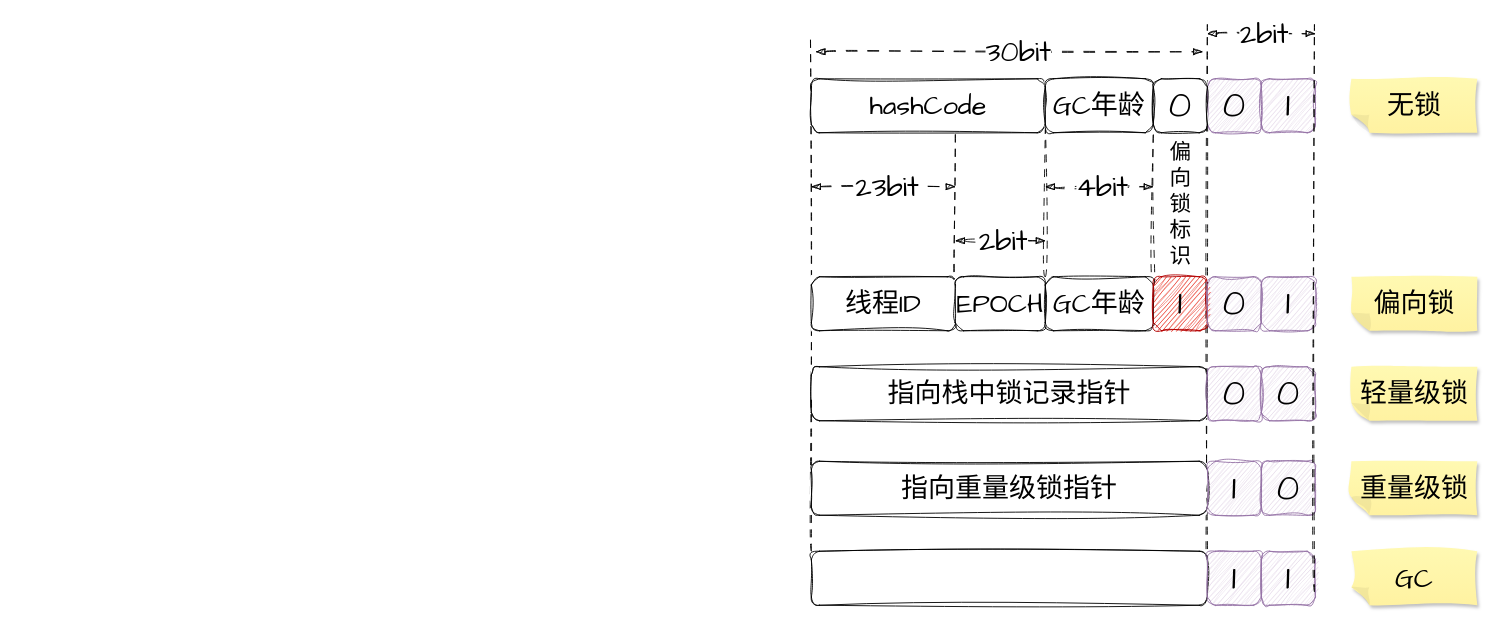
Earlier version of the draw.io diagram page "synchronized" (1 of 2) of JAVA/250508_java_lock.drawio (Utihbi/pics). Source tidied: cells renumbered, new cells numbered last; positions are measured from the earlier drawing's top-left corner, leaving out a move shared by most shapes. Both pictures are drawn from the tidied source at 90%, with x=0, y=0 at pixel (810, 24).
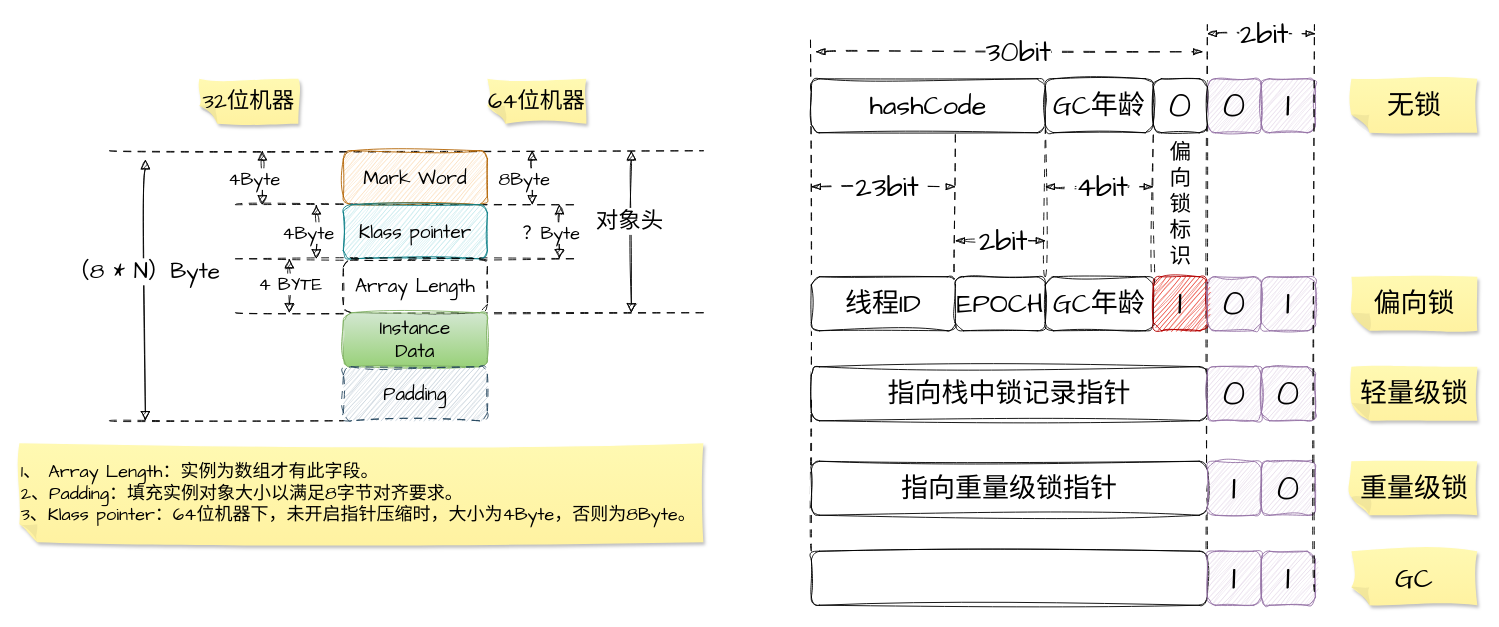
The same diagram, later.

Change to the diagram source:
```diff
@@
+    <mxCell id="45" style="group;" parent="1" vertex="1">
+      <mxGeometry x="-879" y="60" width="760" height="515" as="geometry" />
+    </mxCell>
+    <mxCell id="46" value="32位机器" style="shape=note;whiteSpace=wrap;html=1;backgroundOutline=1;fontColor=#000000;darkOpacity=0.05;fillColor=#FFF9B2;strokeColor=none;fillStyle=solid;direction=west;gradientDirection=north;gradientColor=#FFF2A1;shadow=1;size=20;sketch=1;hachureGap=4;jiggle=2;curveFitting=1;fontFamily=Architects Daughter;fontSize=25;" parent="45" vertex="1">
+      <mxGeometry x="200" width="110" height="50" as="geometry" />
+    </mxCell>
+    <mxCell id="47" value="64位机器" style="shape=note;whiteSpace=wrap;html=1;backgroundOutline=1;fontColor=#000000;darkOpacity=0.05;fillColor=#FFF9B2;strokeColor=none;fillStyle=solid;direction=west;gradientDirection=north;gradientColor=#FFF2A1;shadow=1;size=20;sketch=1;hachureGap=4;jiggle=2;curveFitting=1;fontFamily=Architects Daughter;fontSize=25;" parent="45" vertex="1">
+      <mxGeometry x="520" width="110" height="50" as="geometry" />
+    </mxCell>
+    <mxCell id="48" value="1、 Array Length：实例为数组才有此&lt;span style=&quot;background-color: transparent; color: light-dark(rgb(0, 0, 0), rgb(237, 237, 237));&quot;&gt;字段。&lt;/span&gt;&lt;div&gt;&lt;span style=&quot;background-color: transparent; color: light-dark(rgb(0, 0, 0), rgb(237, 237, 237));&quot;&gt;2、Padding：填充实例对象大小以满足8字节对齐要求。&lt;/span&gt;&lt;/div&gt;&lt;div&gt;&lt;span style=&quot;background-color: transparent; color: light-dark(rgb(0, 0, 0), rgb(237, 237, 237));&quot;&gt;3、Klass pointer：64位机器下，未开启指针压缩时，大小为4Byte，否则为8Byte。&amp;nbsp;&lt;/span&gt;&lt;/div&gt;" style="shape=note;whiteSpace=wrap;html=1;backgroundOutline=1;fontColor=#000000;darkOpacity=0.05;fillColor=#FFF9B2;strokeColor=none;fillStyle=solid;direction=west;gradientDirection=north;gradientColor=#FFF2A1;shadow=1;size=20;sketch=1;hachureGap=4;jiggle=2;curveFitting=1;fontFamily=Architects Daughter;align=left;fontSize=20;" parent="45" vertex="1">
+      <mxGeometry y="405" width="760" height="110" as="geometry" />
+    </mxCell>
+    <mxCell id="49" style="edgeStyle=none;orthogonalLoop=1;jettySize=auto;html=1;rounded=0;sketch=1;hachureGap=4;jiggle=2;curveFitting=1;fontFamily=Architects Daughter;fontSize=12;startSize=8;endSize=8;curved=1;endArrow=none;startFill=0;dashed=1;dashPattern=8 8;" parent="45" edge="1">
+      <mxGeometry relative="1" as="geometry">
+        <mxPoint x="100" y="80" as="sourcePoint" />
+        <mxPoint x="760" y="80" as="targetPoint" />
+      </mxGeometry>
+    </mxCell>
+    <mxCell id="50" style="edgeStyle=none;orthogonalLoop=1;jettySize=auto;html=1;rounded=0;sketch=1;hachureGap=4;jiggle=2;curveFitting=1;fontFamily=Architects Daughter;fontSize=12;startSize=8;endSize=8;curved=1;endArrow=none;startFill=0;dashed=1;dashPattern=8 8;" parent="45" edge="1">
+      <mxGeometry relative="1" as="geometry">
+        <mxPoint x="240" y="140" as="sourcePoint" />
+        <mxPoint x="620" y="140" as="targetPoint" />
+      </mxGeometry>
+    </mxCell>
+    <mxCell id="51" style="edgeStyle=none;orthogonalLoop=1;jettySize=auto;html=1;rounded=0;sketch=1;hachureGap=4;jiggle=2;curveFitting=1;fontFamily=Architects Daughter;fontSize=12;startSize=8;endSize=8;curved=1;endArrow=none;startFill=0;dashed=1;dashPattern=8 8;" parent="45" edge="1">
+      <mxGeometry relative="1" as="geometry">
+        <mxPoint x="240" y="200" as="sourcePoint" />
+        <mxPoint x="620" y="200" as="targetPoint" />
+      </mxGeometry>
+    </mxCell>
+    <mxCell id="52" style="edgeStyle=none;orthogonalLoop=1;jettySize=auto;html=1;rounded=0;sketch=1;hachureGap=4;jiggle=2;curveFitting=1;fontFamily=Architects Daughter;fontSize=12;startSize=8;endSize=8;curved=1;endArrow=none;startFill=0;dashed=1;dashPattern=8 8;" parent="45" edge="1">
+      <mxGeometry relative="1" as="geometry">
+        <mxPoint x="240" y="260" as="sourcePoint" />
+        <mxPoint x="760" y="260" as="targetPoint" />
+      </mxGeometry>
+    </mxCell>
+    <mxCell id="53" style="edgeStyle=none;orthogonalLoop=1;jettySize=auto;html=1;rounded=0;sketch=1;hachureGap=4;jiggle=2;curveFitting=1;fontFamily=Architects Daughter;fontSize=12;startSize=8;endSize=8;curved=1;endArrow=none;startFill=0;dashed=1;dashPattern=8 8;" parent="45" edge="1">
+      <mxGeometry relative="1" as="geometry">
+        <mxPoint x="100" y="380" as="sourcePoint" />
+        <mxPoint x="360" y="380" as="targetPoint" />
+      </mxGeometry>
+    </mxCell>
+    <mxCell id="54" style="edgeStyle=none;orthogonalLoop=1;jettySize=auto;html=1;rounded=0;sketch=1;hachureGap=4;jiggle=2;curveFitting=1;fontFamily=Architects Daughter;fontSize=12;startSize=8;endSize=8;curved=1;startArrow=block;startFill=1;endArrow=block;endFill=1;" parent="45" edge="1">
+      <mxGeometry relative="1" as="geometry">
+        <mxPoint x="140" y="90" as="sourcePoint" />
+        <mxPoint x="140" y="380" as="targetPoint" />
+      </mxGeometry>
+    </mxCell>
+    <mxCell id="55" value="&lt;font style=&quot;font-size: 25px;&quot;&gt;（8 * N）Byte&lt;/font&gt;" style="edgeLabel;html=1;align=center;verticalAlign=middle;fontSize=12;sketch=1;hachureGap=4;jiggle=2;curveFitting=1;fontFamily=Architects Daughter;" parent="54" vertex="1">
+      <mxGeometry x="-0.15" y="-3" relative="1" as="geometry" />
+    </mxCell>
+    <mxCell id="56" style="edgeStyle=none;orthogonalLoop=1;jettySize=auto;html=1;rounded=0;sketch=1;hachureGap=4;jiggle=2;curveFitting=1;fontFamily=Architects Daughter;fontSize=12;startSize=8;endSize=8;curved=1;startArrow=block;startFill=1;endArrow=block;endFill=1;" parent="45" edge="1">
+      <mxGeometry relative="1" as="geometry">
+        <mxPoint x="300" y="200" as="sourcePoint" />
+        <mxPoint x="300" y="260" as="targetPoint" />
+      </mxGeometry>
+    </mxCell>
+    <mxCell id="57" value="4 BYTE" style="edgeLabel;html=1;align=center;verticalAlign=middle;fontSize=20;sketch=1;hachureGap=4;jiggle=2;curveFitting=1;fontFamily=Architects Daughter;" parent="56" vertex="1">
+      <mxGeometry x="-0.1" relative="1" as="geometry" />
+    </mxCell>
+    <mxCell id="58" style="edgeStyle=none;orthogonalLoop=1;jettySize=auto;html=1;rounded=0;sketch=1;hachureGap=4;jiggle=2;curveFitting=1;fontFamily=Architects Daughter;fontSize=12;startSize=8;endSize=8;curved=1;startArrow=block;startFill=1;endArrow=block;endFill=1;" parent="45" edge="1">
+      <mxGeometry relative="1" as="geometry">
+        <mxPoint x="270" y="80" as="sourcePoint" />
+        <mxPoint x="270" y="140" as="targetPoint" />
+      </mxGeometry>
+    </mxCell>
+    <mxCell id="59" value="4Byte" style="edgeLabel;html=1;align=center;verticalAlign=middle;fontSize=20;sketch=1;hachureGap=4;jiggle=2;curveFitting=1;fontFamily=Architects Daughter;" parent="58" vertex="1">
+      <mxGeometry x="-0.13" y="2" relative="1" as="geometry">
+        <mxPoint x="-12" y="4" as="offset" />
+      </mxGeometry>
+    </mxCell>
+    <mxCell id="60" style="edgeStyle=none;orthogonalLoop=1;jettySize=auto;html=1;rounded=0;sketch=1;hachureGap=4;jiggle=2;curveFitting=1;fontFamily=Architects Daughter;fontSize=12;startSize=8;endSize=8;curved=1;startArrow=block;startFill=1;endArrow=block;endFill=1;" parent="45" edge="1">
+      <mxGeometry relative="1" as="geometry">
+        <mxPoint x="570" y="80" as="sourcePoint" />
+        <mxPoint x="570" y="140" as="targetPoint" />
+      </mxGeometry>
+    </mxCell>
+    <mxCell id="61" value="8Byte" style="edgeLabel;html=1;align=center;verticalAlign=middle;fontSize=20;sketch=1;hachureGap=4;jiggle=2;curveFitting=1;fontFamily=Architects Daughter;" parent="60" vertex="1">
+      <mxGeometry x="-0.13" y="2" relative="1" as="geometry">
+        <mxPoint x="-12" y="4" as="offset" />
+      </mxGeometry>
+    </mxCell>
+    <mxCell id="62" style="edgeStyle=none;orthogonalLoop=1;jettySize=auto;html=1;rounded=0;sketch=1;hachureGap=4;jiggle=2;curveFitting=1;fontFamily=Architects Daughter;fontSize=12;startSize=8;endSize=8;curved=1;startArrow=block;startFill=1;endArrow=block;endFill=1;" parent="45" edge="1">
+      <mxGeometry relative="1" as="geometry">
+        <mxPoint x="600" y="140" as="sourcePoint" />
+        <mxPoint x="600" y="200" as="targetPoint" />
+      </mxGeometry>
+    </mxCell>
+    <mxCell id="63" value="？Byte" style="edgeLabel;html=1;align=center;verticalAlign=middle;fontSize=20;sketch=1;hachureGap=4;jiggle=2;curveFitting=1;fontFamily=Architects Daughter;" parent="62" vertex="1">
+      <mxGeometry x="-0.13" y="2" relative="1" as="geometry">
+        <mxPoint x="-12" y="4" as="offset" />
+      </mxGeometry>
+    </mxCell>
+    <mxCell id="64" style="edgeStyle=none;orthogonalLoop=1;jettySize=auto;html=1;rounded=0;sketch=1;hachureGap=4;jiggle=2;curveFitting=1;fontFamily=Architects Daughter;fontSize=12;startSize=8;endSize=8;curved=1;startArrow=block;startFill=1;endArrow=block;endFill=1;" parent="45" edge="1">
+      <mxGeometry relative="1" as="geometry">
+        <mxPoint x="330" y="140" as="sourcePoint" />
+        <mxPoint x="330" y="200" as="targetPoint" />
+      </mxGeometry>
+    </mxCell>
+    <mxCell id="65" value="4Byte" style="edgeLabel;html=1;align=center;verticalAlign=middle;fontSize=20;sketch=1;hachureGap=4;jiggle=2;curveFitting=1;fontFamily=Architects Daughter;" parent="64" vertex="1">
+      <mxGeometry x="-0.13" y="2" relative="1" as="geometry">
+        <mxPoint x="-12" y="4" as="offset" />
+      </mxGeometry>
+    </mxCell>
+    <mxCell id="66" value="Mark Word" style="rounded=1;whiteSpace=wrap;html=1;sketch=1;hachureGap=4;jiggle=2;curveFitting=1;fontFamily=Architects Daughter;fontSize=21;fillColor=#fad7ac;strokeColor=#b46504;" parent="45" vertex="1">
+      <mxGeometry x="360" y="80" width="160" height="60" as="geometry" />
+    </mxCell>
+    <mxCell id="67" value="Klass pointer" style="rounded=1;whiteSpace=wrap;html=1;sketch=1;hachureGap=4;jiggle=2;curveFitting=1;fontFamily=Architects Daughter;fontSize=21;fillColor=#b0e3e6;strokeColor=#0e8088;" parent="45" vertex="1">
+      <mxGeometry x="360" y="140" width="160" height="60" as="geometry" />
+    </mxCell>
+    <mxCell id="68" value="Array Length" style="rounded=1;whiteSpace=wrap;html=1;sketch=1;hachureGap=4;jiggle=2;curveFitting=1;fontFamily=Architects Daughter;fontSize=21;dashed=1;dashPattern=8 8;fillColor=none;" parent="45" vertex="1">
+      <mxGeometry x="360" y="200" width="160" height="60" as="geometry" />
+    </mxCell>
+    <mxCell id="69" value="Instance&lt;div&gt;Data&lt;/div&gt;" style="rounded=1;whiteSpace=wrap;html=1;sketch=1;hachureGap=4;jiggle=2;curveFitting=1;fontFamily=Architects Daughter;fontSize=21;fillColor=#d5e8d4;gradientColor=#97d077;strokeColor=#82b366;" parent="45" vertex="1">
+      <mxGeometry x="360" y="260" width="160" height="60" as="geometry" />
+    </mxCell>
+    <mxCell id="70" value="Padding" style="rounded=1;whiteSpace=wrap;html=1;sketch=1;hachureGap=4;jiggle=2;curveFitting=1;fontFamily=Architects Daughter;fontSize=21;dashed=1;dashPattern=8 8;fillColor=#bac8d3;strokeColor=#23445d;" parent="45" vertex="1">
+      <mxGeometry x="360" y="320" width="160" height="60" as="geometry" />
+    </mxCell>
+    <mxCell id="71" style="edgeStyle=none;orthogonalLoop=1;jettySize=auto;html=1;rounded=0;sketch=1;hachureGap=4;jiggle=2;curveFitting=1;fontFamily=Architects Daughter;fontSize=12;startSize=8;endSize=8;curved=1;startArrow=block;startFill=1;endArrow=block;endFill=1;" parent="45" edge="1">
+      <mxGeometry relative="1" as="geometry">
+        <mxPoint x="680" y="80" as="sourcePoint" />
+        <mxPoint x="680" y="260" as="targetPoint" />
+      </mxGeometry>
+    </mxCell>
+    <mxCell id="72" value="&lt;span style=&quot;font-size: 25px;&quot;&gt;对象头&lt;/span&gt;" style="edgeLabel;html=1;align=center;verticalAlign=middle;fontSize=12;sketch=1;hachureGap=4;jiggle=2;curveFitting=1;fontFamily=Architects Daughter;" parent="71" vertex="1">
+      <mxGeometry x="-0.15" y="-3" relative="1" as="geometry" />
+    </mxCell>
```
